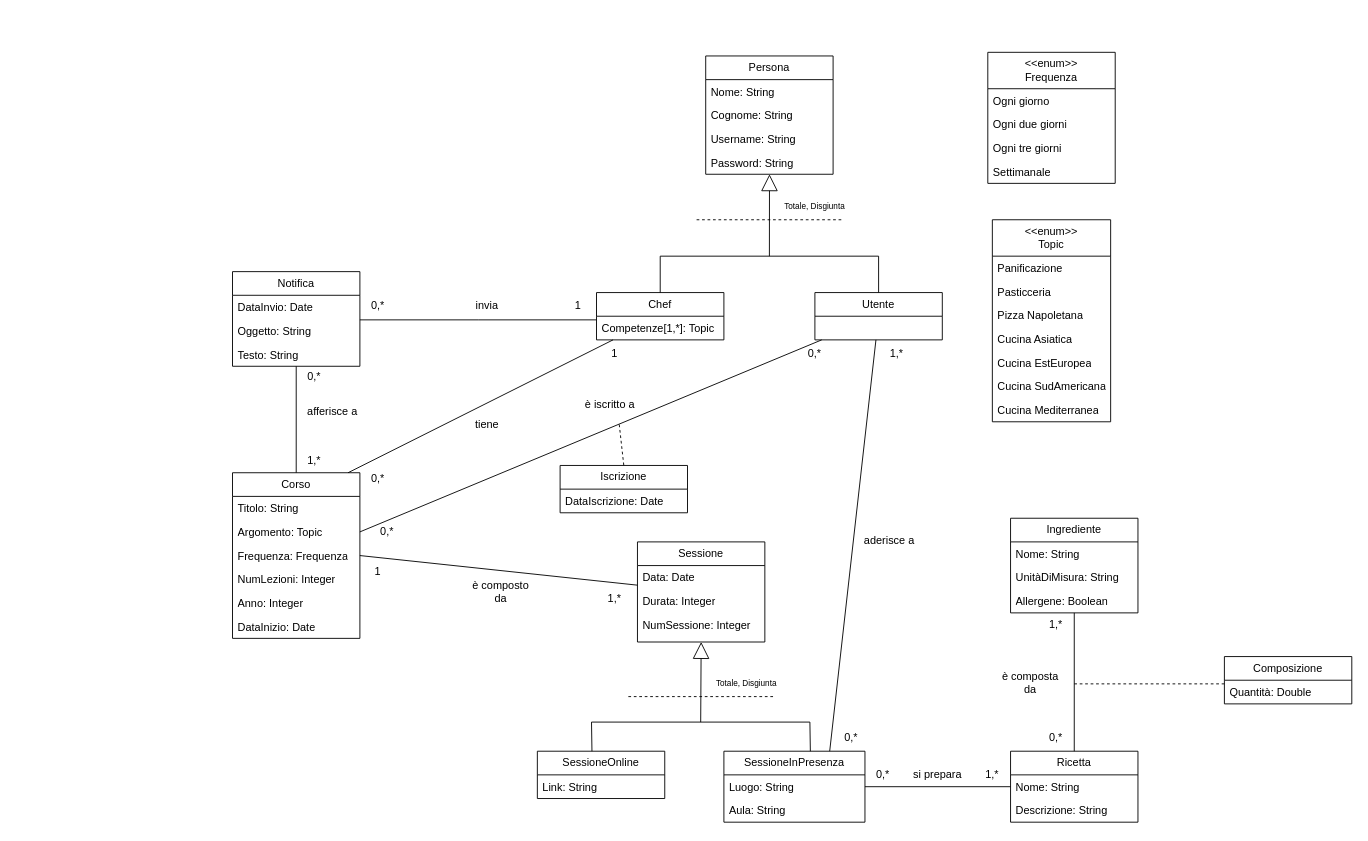
xFireFox27/UninaFoodLab keeps this draw.io diagram as Progetto Basi di Dati/Diagramma UML/UML.drawio. Above is the earlier version. Source tidied: cells renumbered, new cells numbered last; positions are measured from the earlier drawing's top-left corner, leaving out a move shared by most shapes. Both pictures are drawn from the tidied source at 91%, with x=0, y=0 at pixel (232, 52).
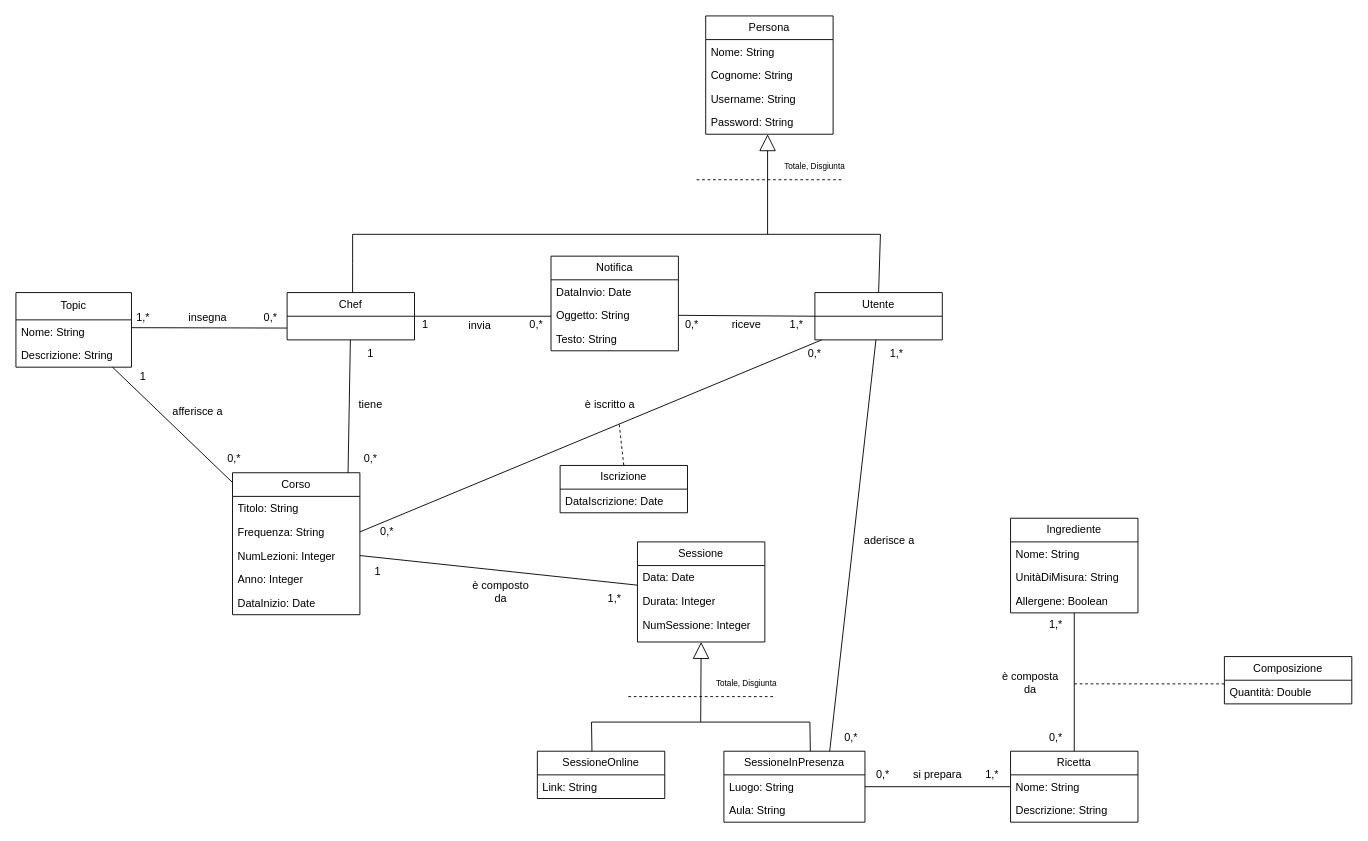
After the change.

The change refers to these unchanged cells:
```xml
<mxCell id="13" value="Utente" style="swimlane;fontStyle=0;horizontal=1;startSize=26;fillColor=none;whiteSpace=wrap;html=1;" parent="1" vertex="1">
  <mxGeometry x="640" y="264" width="140" height="52" as="geometry" />
</mxCell>
<mxCell id="38" value="Sessione" style="swimlane;fontStyle=0;horizontal=1;startSize=26;fillColor=none;whiteSpace=wrap;html=1;" parent="1" vertex="1">
  <mxGeometry x="445" y="538" width="140" height="110" as="geometry" />
</mxCell>
<mxCell id="62" value="Oggetto: String" style="text;strokeColor=none;fillColor=none;align=left;verticalAlign=top;spacingLeft=4;spacingRight=4;overflow=hidden;points=[[0,0.5],[1,0.5]];portConstraint=eastwest;whiteSpace=wrap;html=1;" parent="60" vertex="1">
  <mxGeometry y="52" width="140" height="26" as="geometry" />
</mxCell>
```

The edit, as a diff of the source:
```diff
@@
     <mxCell id="2" value="Persona" style="swimlane;fontStyle=0;horizontal=1;startSize=26;fillColor=none;whiteSpace=wrap;html=1;" parent="1" vertex="1">
-      <mxGeometry x="520" y="4" width="140" height="130" as="geometry" />
+      <mxGeometry x="520" y="-40" width="140" height="130" as="geometry" />
     </mxCell>
@@
-    <mxCell id="7" style="edgeStyle=orthogonalEdgeStyle;rounded=0;jettySize=auto;html=1;endArrow=none;startFill=0;" parent="1" edge="1" source="9" target="60">
-      <mxGeometry relative="1" as="geometry">
-        <Array as="points">
-          <mxPoint x="270" y="294" />
-          <mxPoint x="270" y="294" />
-        </Array>
-      </mxGeometry>
-    </mxCell>
@@
+    <mxCell id="100" style="edgeStyle=orthogonalEdgeStyle;rounded=0;jettySize=auto;html=1;endArrow=none;endFill=1;startFill=0;exitX=0.514;exitY=0;exitDx=0;exitDy=0;exitPerimeter=0;" parent="1" edge="1" source="9">
+      <mxGeometry relative="1" as="geometry">
+        <mxPoint x="132" y="200" as="targetPoint" />
+      </mxGeometry>
+    </mxCell>
     <mxCell id="9" value="Chef" style="swimlane;fontStyle=0;horizontal=1;startSize=26;fillColor=none;whiteSpace=wrap;html=1;" parent="1" vertex="1">
-      <mxGeometry x="400" y="264" width="140" height="52" as="geometry" />
+      <mxGeometry x="60" y="264" width="140" height="52" as="geometry" />
     </mxCell>
-    <mxCell id="10" value="Competenze[1,*]: Topic" style="text;strokeColor=none;fillColor=none;align=left;verticalAlign=top;spacingLeft=4;spacingRight=4;overflow=hidden;whiteSpace=wrap;html=1;" parent="9" vertex="1">
-      <mxGeometry y="26" width="140" height="26" as="geometry" />
-    </mxCell>
-    <mxCell id="11" style="rounded=0;jettySize=auto;html=1;endArrow=none;startFill=0;entryX=1;entryY=0.5;entryDx=0;entryDy=0;" parent="1" edge="1" source="13" target="28">
-      <mxGeometry relative="1" as="geometry" />
+    <mxCell id="11" style="rounded=0;jettySize=auto;html=1;endArrow=none;startFill=0;entryX=1;entryY=0.5;entryDx=0;entryDy=0;" parent="1" edge="1" source="13">
+      <mxGeometry relative="1" as="geometry">
+        <mxPoint x="140" y="527" as="targetPoint" />
+      </mxGeometry>
     </mxCell>
@@
-    <mxCell id="14" value="&amp;lt;&amp;lt;enum&amp;gt;&amp;gt;&lt;div&gt;Topic&lt;/div&gt;" style="swimlane;fontStyle=0;horizontal=1;startSize=40;fillColor=none;whiteSpace=wrap;html=1;" parent="1" vertex="1">
-      <mxGeometry x="835" y="184" width="130" height="222" as="geometry" />
+    <mxCell id="14" value="Topic" style="swimlane;fontStyle=0;horizontal=1;startSize=30;fillColor=none;whiteSpace=wrap;html=1;" parent="1" vertex="1">
+      <mxGeometry x="-238" y="264" width="127" height="82" as="geometry" />
     </mxCell>
-    <mxCell id="15" value="Panificazione" style="text;strokeColor=none;fillColor=none;align=left;verticalAlign=top;spacingLeft=4;spacingRight=4;overflow=hidden;whiteSpace=wrap;html=1;" parent="14" vertex="1">
-      <mxGeometry y="40" width="130" height="26" as="geometry" />
-    </mxCell>
-    <mxCell id="16" value="Pasticceria" style="text;strokeColor=none;fillColor=none;align=left;verticalAlign=top;spacingLeft=4;spacingRight=4;overflow=hidden;whiteSpace=wrap;html=1;" parent="14" vertex="1">
-      <mxGeometry y="66" width="130" height="26" as="geometry" />
-    </mxCell>
-    <mxCell id="17" value="Pizza Napoletana" style="text;strokeColor=none;fillColor=none;align=left;verticalAlign=top;spacingLeft=4;spacingRight=4;overflow=hidden;whiteSpace=wrap;html=1;" parent="14" vertex="1">
-      <mxGeometry y="92" width="130" height="26" as="geometry" />
-    </mxCell>
-    <mxCell id="18" value="Cucina Asiatica" style="text;strokeColor=none;fillColor=none;align=left;verticalAlign=top;spacingLeft=4;spacingRight=4;overflow=hidden;whiteSpace=wrap;html=1;" parent="14" vertex="1">
-      <mxGeometry y="118" width="130" height="26" as="geometry" />
-    </mxCell>
-    <mxCell id="19" value="Cucina EstEuropea" style="text;strokeColor=none;fillColor=none;align=left;verticalAlign=top;spacingLeft=4;spacingRight=4;overflow=hidden;whiteSpace=wrap;html=1;" parent="14" vertex="1">
-      <mxGeometry y="144" width="130" height="26" as="geometry" />
-    </mxCell>
-    <mxCell id="20" value="Cucina SudAmericana" style="text;strokeColor=none;fillColor=none;align=left;verticalAlign=top;spacingLeft=4;spacingRight=4;overflow=hidden;whiteSpace=wrap;html=1;" parent="14" vertex="1">
-      <mxGeometry y="170" width="130" height="26" as="geometry" />
-    </mxCell>
-    <mxCell id="21" value="Cucina Mediterranea" style="text;strokeColor=none;fillColor=none;align=left;verticalAlign=top;spacingLeft=4;spacingRight=4;overflow=hidden;points=[[0,0.5],[1,0.5]];portConstraint=eastwest;whiteSpace=wrap;html=1;" parent="14" vertex="1">
-      <mxGeometry y="196" width="130" height="26" as="geometry" />
+    <mxCell id="21" value="Nome: String" style="text;strokeColor=none;fillColor=none;align=left;verticalAlign=top;spacingLeft=4;spacingRight=4;overflow=hidden;points=[[0,0.5],[1,0.5]];portConstraint=eastwest;whiteSpace=wrap;html=1;" parent="14" vertex="1">
+      <mxGeometry y="30" width="127" height="26" as="geometry" />
     </mxCell>
+    <mxCell id="101" value="Descrizione: String" style="text;strokeColor=none;fillColor=none;align=left;verticalAlign=top;spacingLeft=4;spacingRight=4;overflow=hidden;whiteSpace=wrap;html=1;" parent="14" vertex="1">
+      <mxGeometry y="56" width="127" height="26" as="geometry" />
+    </mxCell>
     <mxCell id="22" style="endArrow=block;html=1;rounded=0;endFill=0;targetPerimeterSpacing=14;sourcePerimeterSpacing=8;endSize=16;startSize=16;" parent="1" edge="1">
       <mxGeometry relative="1" as="geometry">
-        <mxPoint x="590" y="224" as="sourcePoint" />
-        <mxPoint x="590.1" y="134" as="targetPoint" />
+        <mxPoint x="588" y="200" as="sourcePoint" />
+        <mxPoint x="588" y="90" as="targetPoint" />
       </mxGeometry>
     </mxCell>
-    <mxCell id="23" style="endArrow=none;html=1;rounded=0;" parent="1" edge="1">
-      <mxGeometry relative="1" as="geometry">
-        <mxPoint x="470" y="224" as="sourcePoint" />
-        <mxPoint x="710" y="224" as="targetPoint" />
-      </mxGeometry>
-    </mxCell>
-    <mxCell id="24" style="endArrow=none;html=1;rounded=0;exitX=0.5;exitY=0;exitDx=0;exitDy=0;" parent="1" edge="1" source="9">
-      <mxGeometry relative="1" as="geometry">
-        <mxPoint x="470" y="224" as="targetPoint" />
-      </mxGeometry>
-    </mxCell>
     <mxCell id="25" style="endArrow=none;html=1;rounded=0;exitX=0.5;exitY=0;exitDx=0;exitDy=0;" parent="1" edge="1" source="13">
       <mxGeometry relative="1" as="geometry">
-        <mxPoint x="710" y="224" as="targetPoint" />
+        <mxPoint x="712" y="200" as="targetPoint" />
       </mxGeometry>
     </mxCell>
+    <mxCell id="102" style="rounded=0;jettySize=auto;html=1;endArrow=none;startFill=0;" parent="1" edge="1" source="26" target="14">
+      <mxGeometry relative="1" as="geometry" />
+    </mxCell>
     <mxCell id="26" value="Corso" style="swimlane;fontStyle=0;horizontal=1;startSize=26;fillColor=none;whiteSpace=wrap;html=1;" parent="1" vertex="1">
-      <mxGeometry y="462" width="140" height="182" as="geometry" />
+      <mxGeometry y="462" width="140" height="156" as="geometry" />
     </mxCell>
@@
-    <mxCell id="28" value="Argomento: Topic" style="text;strokeColor=none;fillColor=none;align=left;verticalAlign=top;spacingLeft=4;spacingRight=4;overflow=hidden;points=[[0,0.5],[1,0.5]];portConstraint=eastwest;whiteSpace=wrap;html=1;" parent="26" vertex="1">
-      <mxGeometry y="52" width="140" height="26" as="geometry" />
-    </mxCell>
-    <mxCell id="29" value="Frequenza: Frequenza" style="text;strokeColor=none;fillColor=none;align=left;verticalAlign=top;spacingLeft=4;spacingRight=4;overflow=hidden;points=[[0,0.5],[1,0.5]];portConstraint=eastwest;whiteSpace=wrap;html=1;" parent="26" vertex="1">
-      <mxGeometry y="78" width="140" height="26" as="geometry" />
+    <mxCell id="29" value="Frequenza: String" style="text;strokeColor=none;fillColor=none;align=left;verticalAlign=top;spacingLeft=4;spacingRight=4;overflow=hidden;points=[[0,0.5],[1,0.5]];portConstraint=eastwest;whiteSpace=wrap;html=1;" parent="26" vertex="1">
+      <mxGeometry y="52" width="140" height="26" as="geometry" />
     </mxCell>
     <mxCell id="30" value="NumLezioni: Integer" style="text;strokeColor=none;fillColor=none;align=left;verticalAlign=top;spacingLeft=4;spacingRight=4;overflow=hidden;points=[[0,0.5],[1,0.5]];portConstraint=eastwest;whiteSpace=wrap;html=1;" parent="26" vertex="1">
-      <mxGeometry y="104" width="140" height="26" as="geometry" />
+      <mxGeometry y="78" width="140" height="26" as="geometry" />
     </mxCell>
     <mxCell id="31" value="Anno: Integer" style="text;strokeColor=none;fillColor=none;align=left;verticalAlign=top;spacingLeft=4;spacingRight=4;overflow=hidden;whiteSpace=wrap;html=1;" parent="26" vertex="1">
-      <mxGeometry y="130" width="140" height="26" as="geometry" />
+      <mxGeometry y="104" width="140" height="26" as="geometry" />
     </mxCell>
     <mxCell id="32" value="DataInizio: Date" style="text;strokeColor=none;fillColor=none;align=left;verticalAlign=top;spacingLeft=4;spacingRight=4;overflow=hidden;whiteSpace=wrap;html=1;" parent="26" vertex="1">
-      <mxGeometry y="156" width="140" height="26" as="geometry" />
+      <mxGeometry y="130" width="140" height="26" as="geometry" />
     </mxCell>
-    <mxCell id="33" value="&amp;lt;&amp;lt;enum&amp;gt;&amp;gt;&lt;div&gt;Frequenza&lt;/div&gt;" style="swimlane;fontStyle=0;horizontal=1;startSize=40;fillColor=none;whiteSpace=wrap;html=1;" parent="1" vertex="1">
-      <mxGeometry x="830" width="140" height="144" as="geometry" />
-    </mxCell>
-    <mxCell id="34" value="&lt;font style=&quot;color: rgb(0, 0, 0);&quot;&gt;Ogni giorno&lt;/font&gt;" style="text;strokeColor=none;fillColor=none;align=left;verticalAlign=top;spacingLeft=4;spacingRight=4;overflow=hidden;whiteSpace=wrap;html=1;" parent="33" vertex="1">
-      <mxGeometry y="40" width="140" height="26" as="geometry" />
-    </mxCell>
-    <mxCell id="35" value="Ogni due giorni" style="text;strokeColor=none;fillColor=none;align=left;verticalAlign=top;spacingLeft=4;spacingRight=4;overflow=hidden;whiteSpace=wrap;html=1;" parent="33" vertex="1">
-      <mxGeometry y="66" width="140" height="26" as="geometry" />
-    </mxCell>
-    <mxCell id="36" value="Ogni tre giorni" style="text;strokeColor=none;fillColor=none;align=left;verticalAlign=top;spacingLeft=4;spacingRight=4;overflow=hidden;whiteSpace=wrap;html=1;" parent="33" vertex="1">
-      <mxGeometry y="92" width="140" height="26" as="geometry" />
-    </mxCell>
-    <mxCell id="37" value="Settimanale" style="text;strokeColor=none;fillColor=none;align=left;verticalAlign=top;spacingLeft=4;spacingRight=4;overflow=hidden;whiteSpace=wrap;html=1;" parent="33" vertex="1">
-      <mxGeometry y="118" width="140" height="26" as="geometry" />
-    </mxCell>
@@
-    <mxCell id="59" style="edgeStyle=orthogonalEdgeStyle;rounded=0;jettySize=auto;html=1;entryX=0.5;entryY=0;entryDx=0;entryDy=0;endArrow=none;startFill=0;" parent="1" edge="1" source="60" target="26">
-      <mxGeometry relative="1" as="geometry" />
-    </mxCell>
+    <mxCell id="103" style="rounded=0;jettySize=auto;html=1;entryX=0;entryY=0.5;entryDx=0;entryDy=0;endArrow=none;startFill=0;exitX=1;exitY=0.5;exitDx=0;exitDy=0;" parent="1" edge="1" source="62" target="13">
+      <mxGeometry relative="1" as="geometry" />
+    </mxCell>
     <mxCell id="60" value="Notifica" style="swimlane;fontStyle=0;horizontal=1;startSize=26;fillColor=none;whiteSpace=wrap;html=1;" parent="1" vertex="1">
-      <mxGeometry y="241" width="140" height="104" as="geometry" />
+      <mxGeometry x="350" y="224" width="140" height="104" as="geometry" />
     </mxCell>
@@
     <mxCell id="64" style="endArrow=none;dashed=1;html=1;rounded=0;" parent="1" edge="1">
       <mxGeometry relative="1" as="geometry">
-        <mxPoint x="510" y="184" as="sourcePoint" />
-        <mxPoint x="670" y="184" as="targetPoint" />
+        <mxPoint x="510" y="140" as="sourcePoint" />
+        <mxPoint x="670" y="140" as="targetPoint" />
       </mxGeometry>
     </mxCell>
     <mxCell id="65" value="&lt;font style=&quot;font-size: 9px;&quot;&gt;Totale, Disgiunta&lt;/font&gt;" style="text;strokeColor=none;align=center;fillColor=none;html=1;verticalAlign=middle;whiteSpace=wrap;rounded=0;" parent="1" vertex="1">
-      <mxGeometry x="580" y="154" width="120" height="30" as="geometry" />
+      <mxGeometry x="580" y="110" width="120" height="30" as="geometry" />
     </mxCell>
@@
     <mxCell id="68" value="invia" style="text;strokeColor=none;align=center;fillColor=none;html=1;verticalAlign=middle;whiteSpace=wrap;rounded=0;" parent="1" vertex="1">
-      <mxGeometry x="250" y="264" width="60" height="30" as="geometry" />
+      <mxGeometry x="242" y="286" width="60" height="30" as="geometry" />
     </mxCell>
     <mxCell id="69" value="0,*" style="text;strokeColor=none;align=center;fillColor=none;html=1;verticalAlign=middle;whiteSpace=wrap;rounded=0;" parent="1" vertex="1">
-      <mxGeometry x="130" y="264" width="60" height="30" as="geometry" />
+      <mxGeometry x="318" y="287" width="32" height="24" as="geometry" />
     </mxCell>
     <mxCell id="70" value="1" style="text;strokeColor=none;align=center;fillColor=none;html=1;verticalAlign=middle;whiteSpace=wrap;rounded=0;" parent="1" vertex="1">
-      <mxGeometry x="350" y="264" width="60" height="30" as="geometry" />
+      <mxGeometry x="202" y="291" width="20" height="16" as="geometry" />
     </mxCell>
     <mxCell id="71" value="tiene" style="text;strokeColor=none;align=center;fillColor=none;html=1;verticalAlign=middle;whiteSpace=wrap;rounded=0;" parent="1" vertex="1">
-      <mxGeometry x="250" y="394" width="60" height="30" as="geometry" />
+      <mxGeometry x="122" y="372" width="60" height="30" as="geometry" />
     </mxCell>
     <mxCell id="72" value="0,*" style="text;strokeColor=none;align=center;fillColor=none;html=1;verticalAlign=middle;whiteSpace=wrap;rounded=0;" parent="1" vertex="1">
-      <mxGeometry x="130" y="454" width="60" height="30" as="geometry" />
+      <mxGeometry x="122" y="432" width="60" height="30" as="geometry" />
     </mxCell>
     <mxCell id="73" value="1" style="text;strokeColor=none;align=center;fillColor=none;html=1;verticalAlign=middle;whiteSpace=wrap;rounded=0;" parent="1" vertex="1">
-      <mxGeometry x="390" y="316" width="60" height="30" as="geometry" />
+      <mxGeometry x="122" y="316" width="60" height="30" as="geometry" />
     </mxCell>
-    <mxCell id="74" value="afferisce a" style="text;strokeColor=none;align=center;fillColor=none;html=1;verticalAlign=middle;whiteSpace=wrap;rounded=0;" parent="1" vertex="1">
-      <mxGeometry x="80" y="380" width="60" height="30" as="geometry" />
-    </mxCell>
-    <mxCell id="75" value="1,*" style="text;strokeColor=none;align=center;fillColor=none;html=1;verticalAlign=middle;whiteSpace=wrap;rounded=0;" parent="1" vertex="1">
-      <mxGeometry x="60" y="434" width="60" height="30" as="geometry" />
-    </mxCell>
-    <mxCell id="76" value="0,*" style="text;strokeColor=none;align=center;fillColor=none;html=1;verticalAlign=middle;whiteSpace=wrap;rounded=0;" parent="1" vertex="1">
-      <mxGeometry x="60" y="342" width="60" height="30" as="geometry" />
-    </mxCell>
@@
-    <mxCell id="79" style="rounded=0;jettySize=auto;html=1;exitX=1;exitY=0.5;exitDx=0;exitDy=0;endArrow=none;startFill=0;" parent="1" edge="1" source="29" target="38">
+    <mxCell id="79" style="rounded=0;jettySize=auto;html=1;exitX=1;exitY=0.5;exitDx=0;exitDy=0;endArrow=none;startFill=0;" parent="1" edge="1" source="30" target="38">
       <mxGeometry relative="1" as="geometry" />
     </mxCell>
@@
+    <mxCell id="104" style="endArrow=none;html=1;rounded=0;" parent="1" edge="1">
+      <mxGeometry relative="1" as="geometry">
+        <mxPoint x="132" y="200" as="sourcePoint" />
+        <mxPoint x="712" y="200" as="targetPoint" />
+      </mxGeometry>
+    </mxCell>
+    <mxCell id="105" style="rounded=0;jettySize=auto;html=1;endArrow=none;startFill=0;" parent="1" edge="1" source="9">
+      <mxGeometry relative="1" as="geometry">
+        <mxPoint x="350" y="290" as="targetPoint" />
+      </mxGeometry>
+    </mxCell>
+    <mxCell id="106" value="riceve" style="text;strokeColor=none;align=center;fillColor=none;html=1;verticalAlign=middle;whiteSpace=wrap;rounded=0;" parent="1" vertex="1">
+      <mxGeometry x="535" y="284" width="60" height="30" as="geometry" />
+    </mxCell>
+    <mxCell id="107" value="0,*" style="text;strokeColor=none;align=center;fillColor=none;html=1;verticalAlign=middle;whiteSpace=wrap;rounded=0;" parent="1" vertex="1">
+      <mxGeometry x="475" y="284" width="60" height="30" as="geometry" />
+    </mxCell>
+    <mxCell id="108" value="1,*" style="text;strokeColor=none;align=center;fillColor=none;html=1;verticalAlign=middle;whiteSpace=wrap;rounded=0;" parent="1" vertex="1">
+      <mxGeometry x="590" y="284" width="60" height="30" as="geometry" />
+    </mxCell>
+    <mxCell id="109" style="rounded=0;jettySize=auto;html=1;endArrow=none;startFill=0;entryX=0.998;entryY=0.33;entryDx=0;entryDy=0;entryPerimeter=0;" parent="1" edge="1" target="21">
+      <mxGeometry relative="1" as="geometry">
+        <mxPoint x="60" y="303" as="sourcePoint" />
+      </mxGeometry>
+    </mxCell>
+    <mxCell id="110" value="insegna" style="text;strokeColor=none;align=center;fillColor=none;html=1;verticalAlign=middle;whiteSpace=wrap;rounded=0;" parent="1" vertex="1">
+      <mxGeometry x="-68" y="277" width="82" height="30" as="geometry" />
+    </mxCell>
+    <mxCell id="111" value="1,*" style="text;strokeColor=none;align=center;fillColor=none;html=1;verticalAlign=middle;whiteSpace=wrap;rounded=0;" parent="1" vertex="1">
+      <mxGeometry x="-128" y="277" width="60" height="30" as="geometry" />
+    </mxCell>
+    <mxCell id="112" value="0,*" style="text;strokeColor=none;align=center;fillColor=none;html=1;verticalAlign=middle;whiteSpace=wrap;rounded=0;" parent="1" vertex="1">
+      <mxGeometry x="12" y="277" width="60" height="30" as="geometry" />
+    </mxCell>
+    <mxCell id="74" value="afferisce a" style="text;strokeColor=none;align=center;fillColor=none;html=1;verticalAlign=middle;whiteSpace=wrap;rounded=0;" parent="1" vertex="1">
+      <mxGeometry x="-68" y="380" width="60" height="30" as="geometry" />
+    </mxCell>
+    <mxCell id="113" value="1" style="text;strokeColor=none;align=center;fillColor=none;html=1;verticalAlign=middle;whiteSpace=wrap;rounded=0;" parent="1" vertex="1">
+      <mxGeometry x="-128" y="342" width="60" height="30" as="geometry" />
+    </mxCell>
+    <mxCell id="114" value="0,*" style="text;strokeColor=none;align=center;fillColor=none;html=1;verticalAlign=middle;whiteSpace=wrap;rounded=0;" parent="1" vertex="1">
+      <mxGeometry x="-28" y="432" width="60" height="30" as="geometry" />
+    </mxCell>
```
